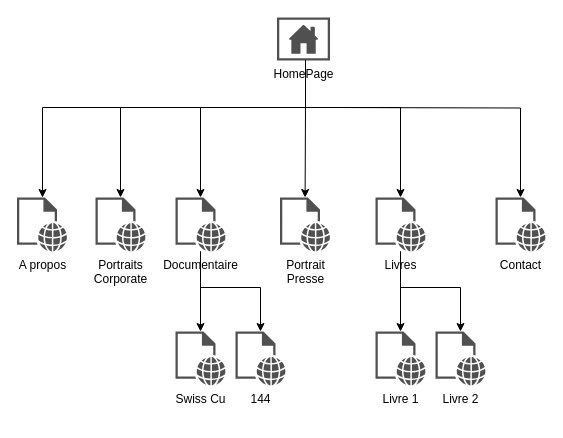
Earlier version of the draw.io diagram Diagramme WebSiteKarine.drawio (benxvii/karinebauzin). Source tidied: cells renumbered, new cells numbered last; positions are measured from the earlier drawing's top-left corner, leaving out a move shared by most shapes. Both pictures are drawn from the tidied source at 100%, with x=0, y=0 at pixel (17, 17).
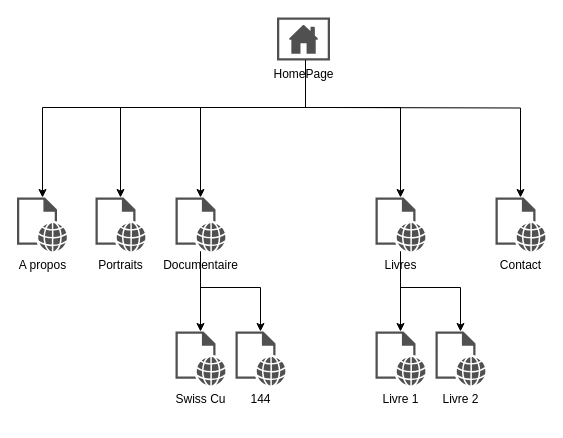
The same page after the edit.

What changed in the source:
```diff
@@
-    <mxCell id="6" value="Portraits&lt;div&gt;Corporate&lt;/div&gt;" style="sketch=0;shadow=0;dashed=0;html=1;strokeColor=none;fillColor=#505050;labelPosition=center;verticalLabelPosition=bottom;verticalAlign=top;outlineConnect=0;align=center;shape=mxgraph.office.concepts.web_page;" parent="1" vertex="1">
+    <mxCell id="6" value="Portraits" style="sketch=0;shadow=0;dashed=0;html=1;strokeColor=none;fillColor=#505050;labelPosition=center;verticalLabelPosition=bottom;verticalAlign=top;outlineConnect=0;align=center;shape=mxgraph.office.concepts.web_page;" parent="1" vertex="1">
       <mxGeometry x="78" y="180" width="50" height="54" as="geometry" />
     </mxCell>
@@
-    <mxCell id="10" value="Portrait&lt;div&gt;Presse&lt;/div&gt;&lt;div&gt;&lt;br&gt;&lt;/div&gt;" style="sketch=0;shadow=0;dashed=0;html=1;strokeColor=none;fillColor=#505050;labelPosition=center;verticalLabelPosition=bottom;verticalAlign=top;outlineConnect=0;align=center;shape=mxgraph.office.concepts.web_page;" parent="1" vertex="1">
-      <mxGeometry x="262.5" y="180" width="50" height="54" as="geometry" />
-    </mxCell>
@@
-    <mxCell id="22" style="endArrow=classic;html=1;rounded=0;" parent="1" edge="1" target="10">
-      <mxGeometry relative="1" as="geometry">
-        <mxPoint x="288" y="90" as="sourcePoint" />
-      </mxGeometry>
-    </mxCell>
```
